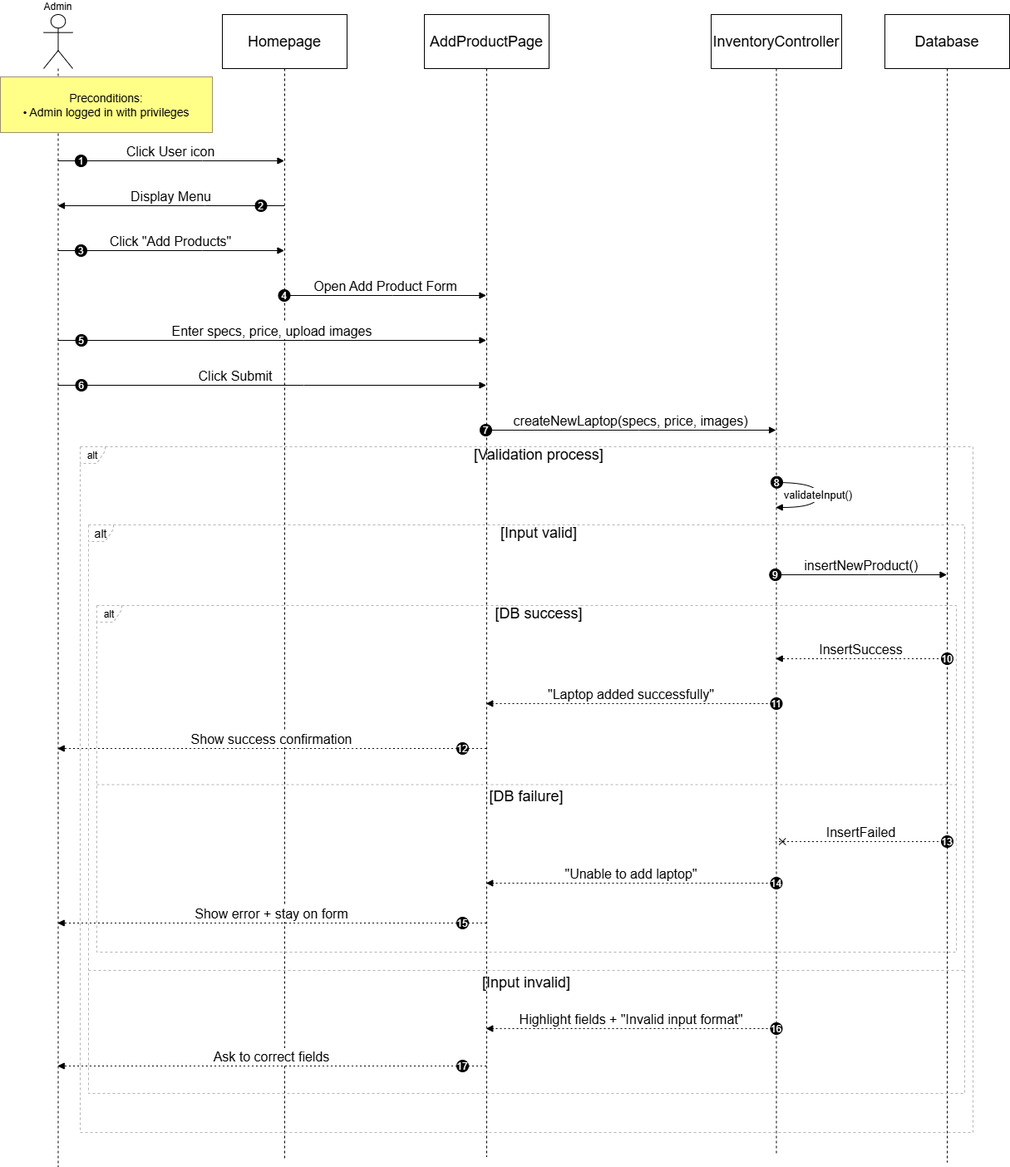
auphong2707/PTTKHT-Final-Report keeps this draw.io diagram as Sequence_Diagram/UC_17_AddLaptopToInventory.drawio.png. Above is the earlier version. Source tidied: cells renumbered, new cells last; positions are measured from the earlier drawing's top-left corner, leaving out a move shared by most shapes.
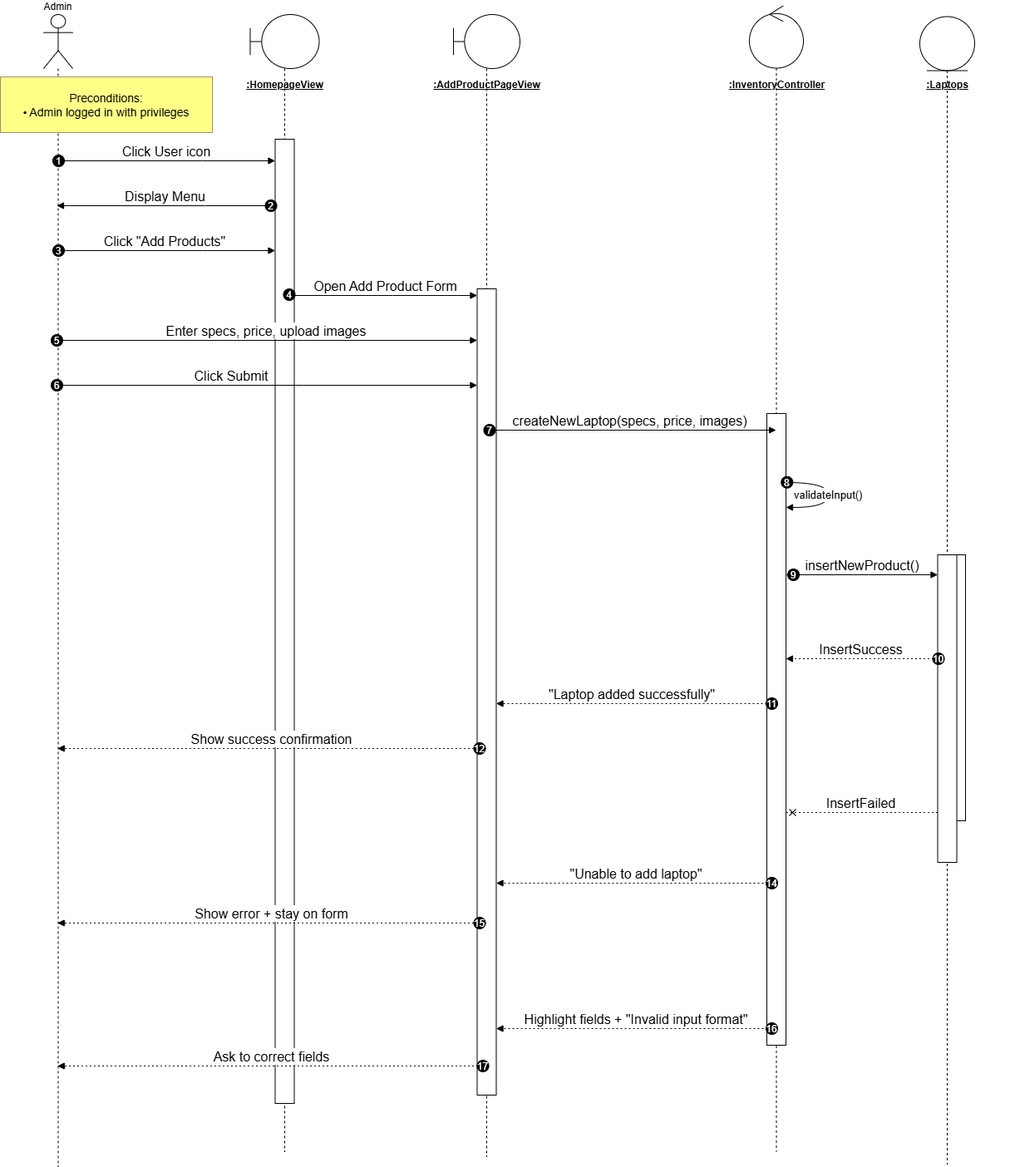
Later version of the same file.

Diff of the diagram source:
```diff
@@ -4,2 +4,29 @@
     <mxCell id="1" parent="0" />
+    <mxCell id="6" style="shape=umlLifeline;perimeter=lifelinePerimeter;whiteSpace=wrap;newEdgeStyle={&quot;edgeStyle&quot;:&quot;elbowEdgeStyle&quot;,&quot;elbow&quot;:&quot;vertical&quot;,&quot;curved&quot;:0,&quot;rounded&quot;:0};participant=umlEntity;size=65;fontSize=18;" parent="1" vertex="1">
+      <mxGeometry x="1106" y="2.5" width="66" height="1381" as="geometry" />
+    </mxCell>
+    <mxCell id="5" style="shape=umlLifeline;perimeter=lifelinePerimeter;whiteSpace=wrap;outlineConnect=0;portConstraint=eastwest;newEdgeStyle={&quot;edgeStyle&quot;:&quot;elbowEdgeStyle&quot;,&quot;elbow&quot;:&quot;vertical&quot;,&quot;curved&quot;:0,&quot;rounded&quot;:0};participant=umlControl;size=75;fontSize=18;" parent="1" vertex="1">
+      <mxGeometry x="901" y="-10.5" width="65" height="1378.5" as="geometry" />
+    </mxCell>
+    <mxCell id="4" style="shape=umlLifeline;perimeter=lifelinePerimeter;whiteSpace=wrap;outlineConnect=0;portConstraint=eastwest;newEdgeStyle={&quot;edgeStyle&quot;:&quot;elbowEdgeStyle&quot;,&quot;elbow&quot;:&quot;vertical&quot;,&quot;curved&quot;:0,&quot;rounded&quot;:0};participant=umlBoundary;size=65;fontSize=18;" parent="1" vertex="1">
+      <mxGeometry x="545" width="80" height="1374" as="geometry" />
+    </mxCell>
+    <mxCell id="50" style="rounded=0;whiteSpace=wrap;html=1;" parent="1" vertex="1">
+      <mxGeometry x="1138" y="650" width="23" height="320" as="geometry" />
+    </mxCell>
+    <mxCell id="3" style="shape=umlLifeline;perimeter=lifelinePerimeter;whiteSpace=wrap;outlineConnect=0;portConstraint=eastwest;newEdgeStyle={&quot;edgeStyle&quot;:&quot;elbowEdgeStyle&quot;,&quot;elbow&quot;:&quot;vertical&quot;,&quot;curved&quot;:0,&quot;rounded&quot;:0};participant=umlBoundary;size=65;fontSize=18;" parent="1" vertex="1">
+      <mxGeometry x="300.5" width="83" height="1368" as="geometry" />
+    </mxCell>
+    <mxCell id="51" style="rounded=0;whiteSpace=wrap;html=1;" parent="1" vertex="1">
+      <mxGeometry x="573.5" y="330" width="23" height="970" as="geometry" />
+    </mxCell>
+    <mxCell id="52" style="rounded=0;whiteSpace=wrap;html=1;" parent="1" vertex="1">
+      <mxGeometry x="922" y="480" width="23" height="760" as="geometry" />
+    </mxCell>
+    <mxCell id="53" style="rounded=0;whiteSpace=wrap;html=1;" parent="1" vertex="1">
+      <mxGeometry x="1127.5" y="650" width="23" height="370" as="geometry" />
+    </mxCell>
+    <mxCell id="54" style="rounded=0;whiteSpace=wrap;html=1;" parent="1" vertex="1">
+      <mxGeometry x="330.5" y="150" width="23" height="1160" as="geometry" />
+    </mxCell>
     <mxCell id="2" value="Admin" style="shape=umlLifeline;perimeter=lifelinePerimeter;whiteSpace=wrap;outlineConnect=0;portConstraint=eastwest;newEdgeStyle={&quot;edgeStyle&quot;:&quot;elbowEdgeStyle&quot;,&quot;elbow&quot;:&quot;vertical&quot;,&quot;curved&quot;:0,&quot;rounded&quot;:0};participant=umlActor;verticalAlign=bottom;labelPosition=center;verticalLabelPosition=top;align=center;size=65;" parent="1" vertex="1">
@@ -7,39 +34,15 @@
     </mxCell>
-    <mxCell id="3" value="Homepage" style="shape=umlLifeline;perimeter=lifelinePerimeter;whiteSpace=wrap;outlineConnect=0;portConstraint=eastwest;newEdgeStyle={&quot;edgeStyle&quot;:&quot;elbowEdgeStyle&quot;,&quot;elbow&quot;:&quot;vertical&quot;,&quot;curved&quot;:0,&quot;rounded&quot;:0};size=65;fontSize=18;" parent="1" vertex="1">
-      <mxGeometry x="267" width="150" height="1378" as="geometry" />
-    </mxCell>
-    <mxCell id="4" value="AddProductPage" style="shape=umlLifeline;perimeter=lifelinePerimeter;whiteSpace=wrap;outlineConnect=0;portConstraint=eastwest;newEdgeStyle={&quot;edgeStyle&quot;:&quot;elbowEdgeStyle&quot;,&quot;elbow&quot;:&quot;vertical&quot;,&quot;curved&quot;:0,&quot;rounded&quot;:0};size=65;fontSize=18;" parent="1" vertex="1">
-      <mxGeometry x="510" width="150" height="1374" as="geometry" />
-    </mxCell>
-    <mxCell id="5" value="InventoryController" style="shape=umlLifeline;perimeter=lifelinePerimeter;whiteSpace=wrap;outlineConnect=0;portConstraint=eastwest;newEdgeStyle={&quot;edgeStyle&quot;:&quot;elbowEdgeStyle&quot;,&quot;elbow&quot;:&quot;vertical&quot;,&quot;curved&quot;:0,&quot;rounded&quot;:0};size=65;fontSize=18;" parent="1" vertex="1">
-      <mxGeometry x="855" width="157" height="1373" as="geometry" />
-    </mxCell>
-    <mxCell id="6" value="Database" style="shape=umlLifeline;perimeter=lifelinePerimeter;whiteSpace=wrap;newEdgeStyle={&quot;edgeStyle&quot;:&quot;elbowEdgeStyle&quot;,&quot;elbow&quot;:&quot;vertical&quot;,&quot;curved&quot;:0,&quot;rounded&quot;:0};size=65;fontSize=18;" parent="1" vertex="1">
-      <mxGeometry x="1064" width="150" height="1381" as="geometry" />
-    </mxCell>
-    <mxCell id="7" value="alt" style="shape=umlFrame;dashed=1;strokeColor=#B3B3B3;height=20;width=30;" parent="1" vertex="1">
-      <mxGeometry x="116" y="711" width="1034" height="417" as="geometry" />
-    </mxCell>
-    <mxCell id="8" value="[DB success]" style="text;strokeColor=none;fillColor=none;align=center;verticalAlign=middle;whiteSpace=wrap;fontSize=18;" parent="7" vertex="1">
-      <mxGeometry x="30" width="1004" height="20" as="geometry" />
-    </mxCell>
-    <mxCell id="9" value="[DB failure]" style="shape=line;dashed=1;whiteSpace=wrap;verticalAlign=top;labelPosition=center;verticalLabelPosition=middle;align=center;strokeColor=#B3B3B3;fontSize=18;" parent="7" vertex="1">
-      <mxGeometry y="213.5" width="1034" height="4" as="geometry" />
-    </mxCell>
-    <mxCell id="10" value="alt" style="shape=umlFrame;dashed=1;strokeColor=#B3B3B3;height=20;width=30;fontSize=14;" parent="1" vertex="1">
-      <mxGeometry x="106" y="614" width="1054" height="684" as="geometry" />
-    </mxCell>
-    <mxCell id="11" value="[Input valid]" style="text;strokeColor=none;fillColor=none;align=center;verticalAlign=middle;whiteSpace=wrap;fontSize=18;" parent="10" vertex="1">
-      <mxGeometry x="30" width="1024" height="20" as="geometry" />
-    </mxCell>
-    <mxCell id="12" value="[Input invalid]" style="shape=line;dashed=1;whiteSpace=wrap;verticalAlign=top;labelPosition=center;verticalLabelPosition=middle;align=center;strokeColor=#B3B3B3;fontSize=18;" parent="10" vertex="1">
-      <mxGeometry y="534" width="1054" height="4" as="geometry" />
-    </mxCell>
-    <mxCell id="13" value="alt" style="shape=umlFrame;dashed=1;strokeColor=#B3B3B3;height=20;width=30;" parent="1" vertex="1">
-      <mxGeometry x="96" y="520" width="1074" height="825" as="geometry" />
-    </mxCell>
-    <mxCell id="14" value="[Validation process]" style="text;strokeColor=none;fillColor=none;align=center;verticalAlign=middle;whiteSpace=wrap;fontSize=18;" parent="13" vertex="1">
-      <mxGeometry x="30" width="1044" height="20" as="geometry" />
-    </mxCell>
+    <mxCell id="55" value="&lt;u&gt;&lt;b&gt;:HomepageView&lt;/b&gt;&lt;/u&gt;" style="text;html=1;align=center;verticalAlign=middle;" parent="1" vertex="1">
+      <mxGeometry x="267" y="75" width="150" height="20" as="geometry" />
+    </mxCell>
+    <mxCell id="56" value="&lt;u&gt;&lt;b&gt;:AddProductPageView&lt;/b&gt;&lt;/u&gt;" style="text;html=1;align=center;verticalAlign=middle;" parent="1" vertex="1">
+      <mxGeometry x="510" y="75" width="150" height="20" as="geometry" />
+    </mxCell>
+    <mxCell id="57" value="&lt;u&gt;&lt;b&gt;:InventoryController&lt;/b&gt;&lt;/u&gt;" style="text;html=1;align=center;verticalAlign=middle;" parent="1" vertex="1">
+      <mxGeometry x="855" y="75" width="157" height="20" as="geometry" />
+    </mxCell>
+    <mxCell id="58" value="&lt;u&gt;&lt;b&gt;:Laptops&lt;/b&gt;&lt;/u&gt;" style="text;html=1;align=center;verticalAlign=middle;" parent="1" vertex="1">
+      <mxGeometry x="1064" y="75" width="150" height="20" as="geometry" />
+    </mxCell>
-    <mxCell id="15" value="Click User icon" style="verticalAlign=bottom;edgeStyle=elbowEdgeStyle;elbow=vertical;curved=0;rounded=0;endArrow=block;fontSize=16;" parent="1" edge="1" source="2" target="3">
+    <mxCell id="15" value="Click User icon" style="verticalAlign=bottom;edgeStyle=elbowEdgeStyle;elbow=vertical;curved=0;rounded=0;endArrow=block;fontSize=16;" parent="1" edge="1" source="2" target="54">
       <mxGeometry relative="1" as="geometry">
@@ -52,6 +55,6 @@
       <mxGeometry width="14" height="14" relative="1" as="geometry">
-        <mxPoint x="-115" y="-7" as="offset" />
+        <mxPoint x="-137" y="-7" as="offset" />
       </mxGeometry>
     </mxCell>
-    <mxCell id="17" value="Display Menu" style="verticalAlign=bottom;edgeStyle=elbowEdgeStyle;elbow=vertical;curved=0;rounded=0;endArrow=block;fontSize=16;" parent="1" edge="1" source="3" target="2">
+    <mxCell id="17" value="Display Menu" style="verticalAlign=bottom;edgeStyle=elbowEdgeStyle;elbow=vertical;curved=0;rounded=0;endArrow=block;fontSize=16;" parent="1" edge="1" source="54" target="2">
       <mxGeometry relative="1" as="geometry">
@@ -64,6 +67,6 @@
       <mxGeometry width="14" height="14" relative="1" as="geometry">
-        <mxPoint x="101" y="-7" as="offset" />
+        <mxPoint x="120" y="-7" as="offset" />
       </mxGeometry>
     </mxCell>
-    <mxCell id="19" value="Click &quot;Add Products&quot;" style="verticalAlign=bottom;edgeStyle=elbowEdgeStyle;elbow=vertical;curved=0;rounded=0;endArrow=block;fontSize=16;" parent="1" edge="1" source="2" target="3">
+    <mxCell id="19" value="Click &quot;Add Products&quot;" style="verticalAlign=bottom;edgeStyle=elbowEdgeStyle;elbow=vertical;curved=0;rounded=0;endArrow=block;fontSize=16;" parent="1" edge="1" source="2" target="54">
       <mxGeometry relative="1" as="geometry">
@@ -76,6 +79,6 @@
       <mxGeometry width="14" height="14" relative="1" as="geometry">
-        <mxPoint x="-115" y="-7" as="offset" />
+        <mxPoint x="-137" y="-7" as="offset" />
       </mxGeometry>
     </mxCell>
-    <mxCell id="21" value="Open Add Product Form" style="verticalAlign=bottom;edgeStyle=elbowEdgeStyle;elbow=vertical;curved=0;rounded=0;endArrow=block;fontSize=16;" parent="1" edge="1" source="3" target="4">
+    <mxCell id="21" value="Open Add Product Form" style="verticalAlign=bottom;edgeStyle=elbowEdgeStyle;elbow=vertical;curved=0;rounded=0;endArrow=block;fontSize=16;" parent="1" edge="1" source="54" target="51">
       <mxGeometry relative="1" as="geometry">
@@ -88,6 +91,6 @@
       <mxGeometry width="14" height="14" relative="1" as="geometry">
-        <mxPoint x="-129" y="-7" as="offset" />
+        <mxPoint x="-123" y="-8" as="offset" />
       </mxGeometry>
     </mxCell>
-    <mxCell id="23" value="Enter specs, price, upload images" style="verticalAlign=bottom;edgeStyle=elbowEdgeStyle;elbow=vertical;curved=0;rounded=0;endArrow=block;fontSize=16;" parent="1" edge="1" source="2" target="4">
+    <mxCell id="23" value="Enter specs, price, upload images" style="verticalAlign=bottom;edgeStyle=elbowEdgeStyle;elbow=vertical;curved=0;rounded=0;endArrow=block;fontSize=16;" parent="1" edge="1" source="2" target="51">
       <mxGeometry relative="1" as="geometry">
@@ -100,6 +103,6 @@
       <mxGeometry width="14" height="14" relative="1" as="geometry">
-        <mxPoint x="-236.5" y="-7" as="offset" />
+        <mxPoint x="-259" y="-7" as="offset" />
       </mxGeometry>
     </mxCell>
-    <mxCell id="25" value="Click Submit" style="verticalAlign=bottom;edgeStyle=elbowEdgeStyle;elbow=vertical;curved=0;rounded=0;endArrow=block;fontSize=16;" parent="1" edge="1" source="2" target="4">
+    <mxCell id="25" value="Click Submit" style="verticalAlign=bottom;edgeStyle=elbowEdgeStyle;elbow=vertical;curved=0;rounded=0;endArrow=block;fontSize=16;" parent="1" edge="1" source="2" target="51">
       <mxGeometry x="-0.17" relative="1" as="geometry">
@@ -112,3 +115,3 @@
       <mxGeometry width="14" height="14" relative="1" as="geometry">
-        <mxPoint x="-236.5" y="-7" as="offset" />
+        <mxPoint x="-259" y="-7" as="offset" />
       </mxGeometry>
@@ -124,3 +127,3 @@
       <mxGeometry width="14" height="14" relative="1" as="geometry">
-        <mxPoint x="-181.5" y="-7" as="offset" />
+        <mxPoint x="-176" y="-7" as="offset" />
       </mxGeometry>
@@ -129,7 +132,7 @@
       <mxGeometry relative="1" as="geometry">
-        <mxPoint x="932.8" y="563" as="sourcePoint" />
-        <mxPoint x="932.8" y="593" as="targetPoint" />
+        <mxPoint x="945" y="563" as="sourcePoint" />
+        <mxPoint x="945" y="593" as="targetPoint" />
         <Array as="points">
-          <mxPoint x="984" y="563" />
-          <mxPoint x="984" y="593" />
+          <mxPoint x="996.2" y="563" />
+          <mxPoint x="996.2" y="593" />
         </Array>
@@ -142,6 +145,4 @@
     </mxCell>
-    <mxCell id="31" value="insertNewProduct()" style="verticalAlign=bottom;edgeStyle=elbowEdgeStyle;elbow=vertical;curved=0;rounded=0;endArrow=block;fontSize=16;" parent="1" edge="1">
+    <mxCell id="31" value="insertNewProduct()" style="verticalAlign=bottom;edgeStyle=elbowEdgeStyle;elbow=vertical;curved=0;rounded=0;endArrow=block;fontSize=16;" parent="1" edge="1" source="52" target="53">
       <mxGeometry relative="1" as="geometry">
-        <mxPoint x="932.8" y="674" as="sourcePoint" />
-        <mxPoint x="1138.5" y="674" as="targetPoint" />
         <Array as="points">
@@ -153,9 +154,7 @@
       <mxGeometry width="14" height="14" relative="1" as="geometry">
-        <mxPoint x="-110.5" y="-7" as="offset" />
+        <mxPoint x="-90" y="-7" as="offset" />
       </mxGeometry>
     </mxCell>
-    <mxCell id="33" value="InsertSuccess" style="verticalAlign=bottom;edgeStyle=elbowEdgeStyle;elbow=vertical;curved=0;rounded=0;dashed=1;dashPattern=2 3;endArrow=block;fontSize=16;" parent="1" edge="1">
+    <mxCell id="33" value="InsertSuccess" style="verticalAlign=bottom;edgeStyle=elbowEdgeStyle;elbow=vertical;curved=0;rounded=0;dashed=1;dashPattern=2 3;endArrow=block;fontSize=16;" parent="1" edge="1" source="53" target="52">
       <mxGeometry relative="1" as="geometry">
-        <mxPoint x="1138.5" y="775" as="sourcePoint" />
-        <mxPoint x="932.8" y="775" as="targetPoint" />
         <Array as="points">
@@ -167,9 +166,7 @@
       <mxGeometry width="14" height="14" relative="1" as="geometry">
-        <mxPoint x="96.5" y="-7" as="offset" />
+        <mxPoint x="86" y="-7" as="offset" />
       </mxGeometry>
     </mxCell>
-    <mxCell id="35" value="&quot;Laptop added successfully&quot;" style="verticalAlign=bottom;edgeStyle=elbowEdgeStyle;elbow=vertical;curved=0;rounded=0;dashed=1;dashPattern=2 3;endArrow=block;fontSize=16;" parent="1" edge="1">
+    <mxCell id="35" value="&quot;Laptop added successfully&quot;" style="verticalAlign=bottom;edgeStyle=elbowEdgeStyle;elbow=vertical;curved=0;rounded=0;dashed=1;dashPattern=2 3;endArrow=block;fontSize=16;" parent="1" edge="1" source="52" target="51">
       <mxGeometry relative="1" as="geometry">
-        <mxPoint x="933" y="829" as="sourcePoint" />
-        <mxPoint x="584.3" y="829" as="targetPoint" />
         <Array as="points">
@@ -181,3 +178,3 @@
       <mxGeometry width="14" height="14" relative="1" as="geometry">
-        <mxPoint x="167.5" y="-7" as="offset" />
+        <mxPoint x="161" y="-7" as="offset" />
       </mxGeometry>
@@ -195,11 +192,9 @@
       <mxGeometry width="14" height="14" relative="1" as="geometry">
-        <mxPoint x="222.5" y="-7" as="offset" />
+        <mxPoint x="243" y="-7" as="offset" />
       </mxGeometry>
     </mxCell>
-    <mxCell id="39" value="InsertFailed" style="verticalAlign=bottom;edgeStyle=elbowEdgeStyle;elbow=vertical;curved=0;rounded=0;endArrow=cross;dashed=1;dashPattern=2 3;fontSize=16;" parent="1" edge="1">
+    <mxCell id="39" value="InsertFailed" style="verticalAlign=bottom;edgeStyle=elbowEdgeStyle;elbow=vertical;curved=0;rounded=0;endArrow=cross;dashed=1;dashPattern=2 3;fontSize=16;" parent="1" edge="1" source="53" target="52">
       <mxGeometry relative="1" as="geometry">
-        <mxPoint x="1138.5" y="995" as="sourcePoint" />
-        <mxPoint x="932.8" y="995" as="targetPoint" />
         <Array as="points">
-          <mxPoint x="1048" y="995" />
+          <mxPoint x="1040" y="960" />
         </Array>
@@ -207,11 +202,5 @@
     </mxCell>
-    <mxCell id="40" value="13" style="ellipse;fillColor=#000000;align=center;fontColor=#FFFFFF;" parent="39" vertex="1">
-      <mxGeometry width="14" height="14" relative="1" as="geometry">
-        <mxPoint x="96.5" y="-7" as="offset" />
-      </mxGeometry>
-    </mxCell>
-    <mxCell id="41" value="&quot;Unable to add laptop&quot;" style="verticalAlign=bottom;edgeStyle=elbowEdgeStyle;elbow=vertical;curved=0;rounded=0;dashed=1;dashPattern=2 3;endArrow=block;fontSize=16;" parent="1" edge="1">
+    <mxCell id="41" value="&quot;Unable to add laptop&quot;" style="verticalAlign=bottom;edgeStyle=elbowEdgeStyle;elbow=vertical;curved=0;rounded=0;dashed=1;dashPattern=2 3;endArrow=block;fontSize=16;" parent="1" edge="1" target="51">
       <mxGeometry relative="1" as="geometry">
         <mxPoint x="933" y="1045" as="sourcePoint" />
-        <mxPoint x="584.3" y="1045" as="targetPoint" />
         <Array as="points">
@@ -223,3 +212,3 @@
       <mxGeometry width="14" height="14" relative="1" as="geometry">
-        <mxPoint x="167.5" y="-7" as="offset" />
+        <mxPoint x="156" y="-7" as="offset" />
       </mxGeometry>
@@ -237,9 +226,8 @@
       <mxGeometry width="14" height="14" relative="1" as="geometry">
-        <mxPoint x="222.5" y="-7" as="offset" />
+        <mxPoint x="243" y="-7" as="offset" />
       </mxGeometry>
     </mxCell>
-    <mxCell id="45" value="Highlight fields + &quot;Invalid input format&quot;" style="verticalAlign=bottom;edgeStyle=elbowEdgeStyle;elbow=vertical;curved=0;rounded=0;dashed=1;dashPattern=2 3;endArrow=block;fontSize=16;" parent="1" edge="1">
+    <mxCell id="45" value="Highlight fields + &quot;Invalid input format&quot;" style="verticalAlign=bottom;edgeStyle=elbowEdgeStyle;elbow=vertical;curved=0;rounded=0;dashed=1;dashPattern=2 3;endArrow=block;fontSize=16;" parent="1" edge="1" target="51">
       <mxGeometry relative="1" as="geometry">
         <mxPoint x="933" y="1220" as="sourcePoint" />
-        <mxPoint x="584.3" y="1220" as="targetPoint" />
         <Array as="points">
@@ -251,3 +239,3 @@
       <mxGeometry width="14" height="14" relative="1" as="geometry">
-        <mxPoint x="167.5" y="-7" as="offset" />
+        <mxPoint x="156" y="-7" as="offset" />
       </mxGeometry>
@@ -265,3 +253,3 @@
       <mxGeometry width="14" height="14" relative="1" as="geometry">
-        <mxPoint x="222.5" y="-7" as="offset" />
+        <mxPoint x="247" y="-7" as="offset" />
       </mxGeometry>
```
